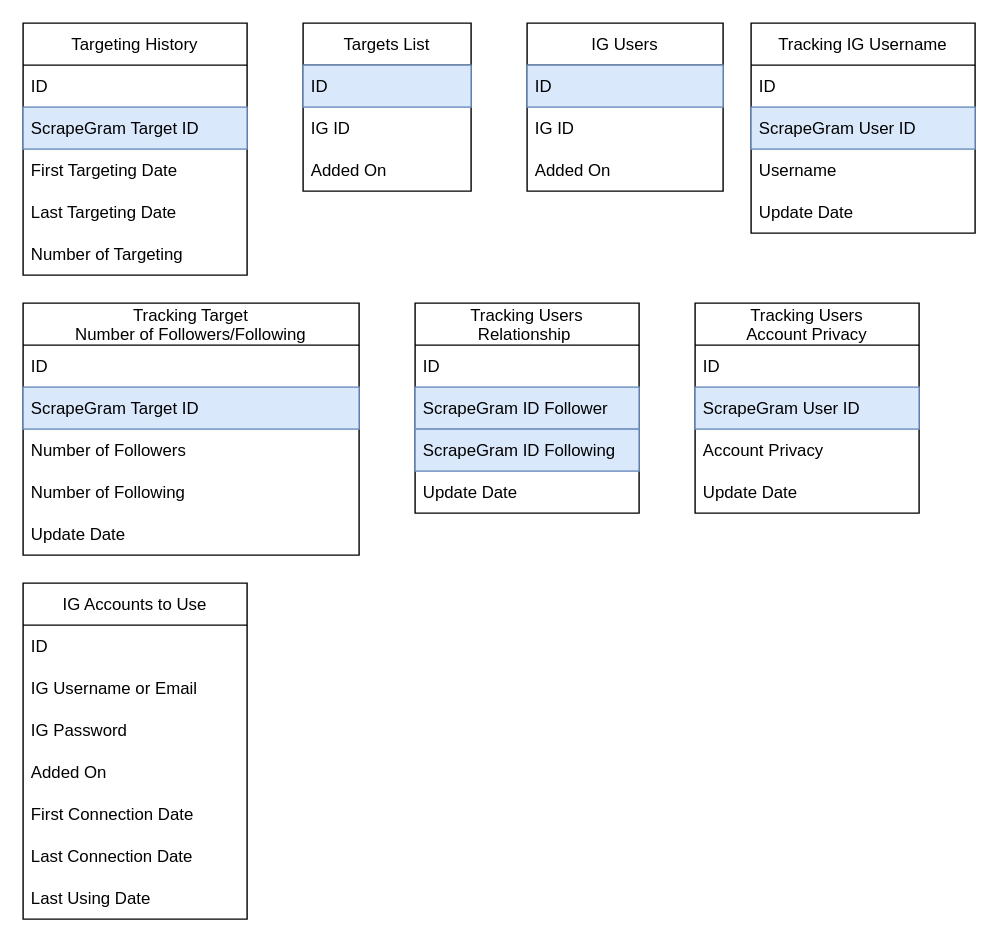
pierreleocadie/ScrapeGram keeps this draw.io diagram as ScrapeGram.drawio. Above is the earlier version. Source tidied: cells renumbered, new cells numbered last; positions are measured from the earlier drawing's top-left corner, leaving out a move shared by most shapes. Both pictures are drawn from the tidied source at 140%, with x=0, y=0 at pixel (22, 22).
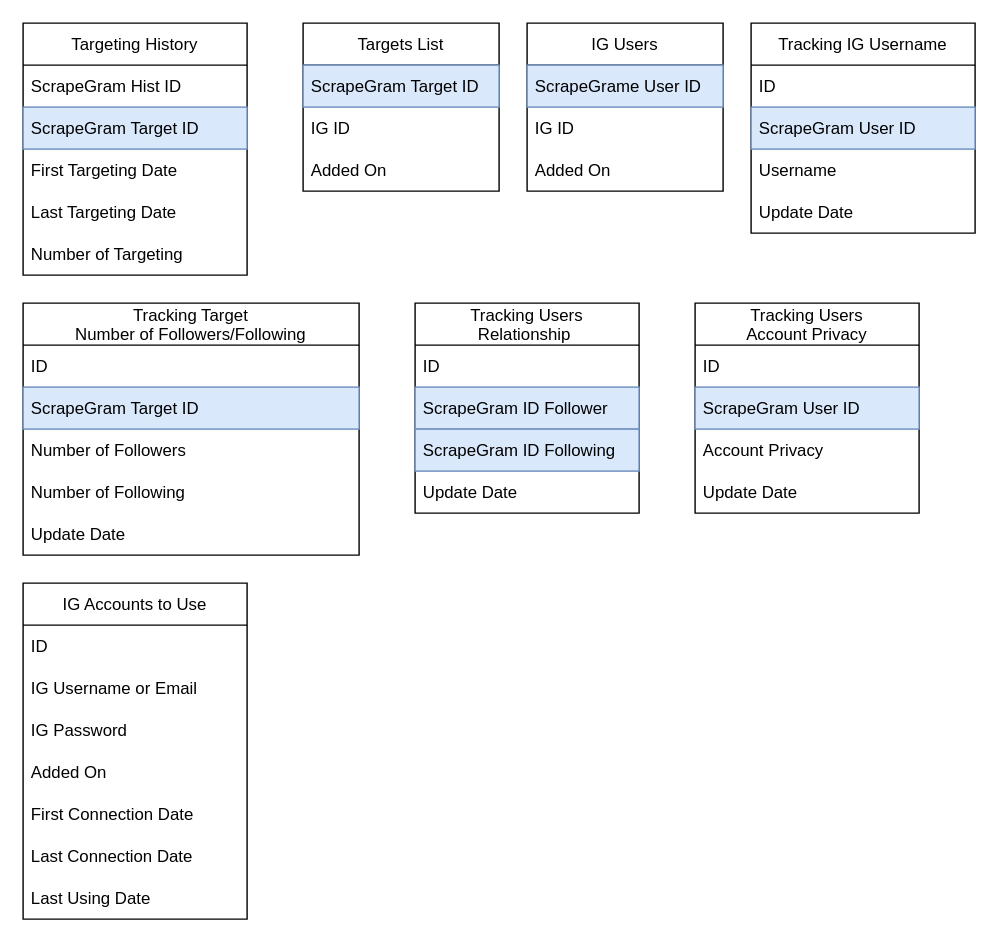
Above is the later version.

Unchanged cells that the change refers to:
```xml
<mxCell id="2" value="Targeting History" style="swimlane;fontStyle=0;horizontal=1;startSize=30;" parent="1" vertex="1">
  <mxGeometry width="160" height="180" as="geometry" />
</mxCell>
<mxCell id="26" value="IG Users" style="swimlane;fontStyle=0;horizontal=1;startSize=30;" parent="1" vertex="1">
  <mxGeometry x="360" width="140" height="120" as="geometry" />
</mxCell>
```

Diff of the diagram source:
```diff
@@
-    <mxCell id="3" value="ID" style="text;strokeColor=none;fillColor=none;align=left;verticalAlign=middle;spacingLeft=4;spacingRight=4;overflow=hidden;" parent="2" vertex="1">
+    <mxCell id="3" value="ScrapeGram Hist ID" style="text;strokeColor=none;fillColor=none;align=left;verticalAlign=middle;spacingLeft=4;spacingRight=4;overflow=hidden;" parent="2" vertex="1">
       <mxGeometry y="30" width="160" height="30" as="geometry" />
     </mxCell>
@@
     <mxCell id="8" value="Targets List" style="swimlane;fontStyle=0;horizontal=1;startSize=30;" parent="1" vertex="1">
-      <mxGeometry x="200" width="120" height="120" as="geometry" />
+      <mxGeometry x="200" width="140" height="120" as="geometry" />
     </mxCell>
-    <mxCell id="9" value="ID" style="text;strokeColor=#6c8ebf;fillColor=#dae8fc;align=left;verticalAlign=middle;spacingLeft=4;spacingRight=4;overflow=hidden;" parent="8" vertex="1">
-      <mxGeometry y="30" width="120" height="30" as="geometry" />
+    <mxCell id="9" value="ScrapeGram Target ID" style="text;strokeColor=#6c8ebf;fillColor=#dae8fc;align=left;verticalAlign=middle;spacingLeft=4;spacingRight=4;overflow=hidden;" parent="8" vertex="1">
+      <mxGeometry y="30" width="140" height="30" as="geometry" />
     </mxCell>
     <mxCell id="10" value="IG ID" style="text;strokeColor=none;fillColor=none;align=left;verticalAlign=middle;spacingLeft=4;spacingRight=4;overflow=hidden;" parent="8" vertex="1">
-      <mxGeometry y="60" width="120" height="30" as="geometry" />
+      <mxGeometry y="60" width="140" height="30" as="geometry" />
     </mxCell>
     <mxCell id="11" value="Added On" style="text;strokeColor=none;fillColor=none;align=left;verticalAlign=middle;spacingLeft=4;spacingRight=4;overflow=hidden;" parent="8" vertex="1">
-      <mxGeometry y="90" width="120" height="30" as="geometry" />
+      <mxGeometry y="90" width="140" height="30" as="geometry" />
     </mxCell>
@@
-    <mxCell id="27" value="ID" style="text;strokeColor=#6c8ebf;fillColor=#dae8fc;align=left;verticalAlign=middle;spacingLeft=4;spacingRight=4;overflow=hidden;" parent="26" vertex="1">
+    <mxCell id="27" value="ScrapeGrame User ID" style="text;strokeColor=#6c8ebf;fillColor=#dae8fc;align=left;verticalAlign=middle;spacingLeft=4;spacingRight=4;overflow=hidden;" parent="26" vertex="1">
       <mxGeometry y="30" width="140" height="30" as="geometry" />
     </mxCell>
```
